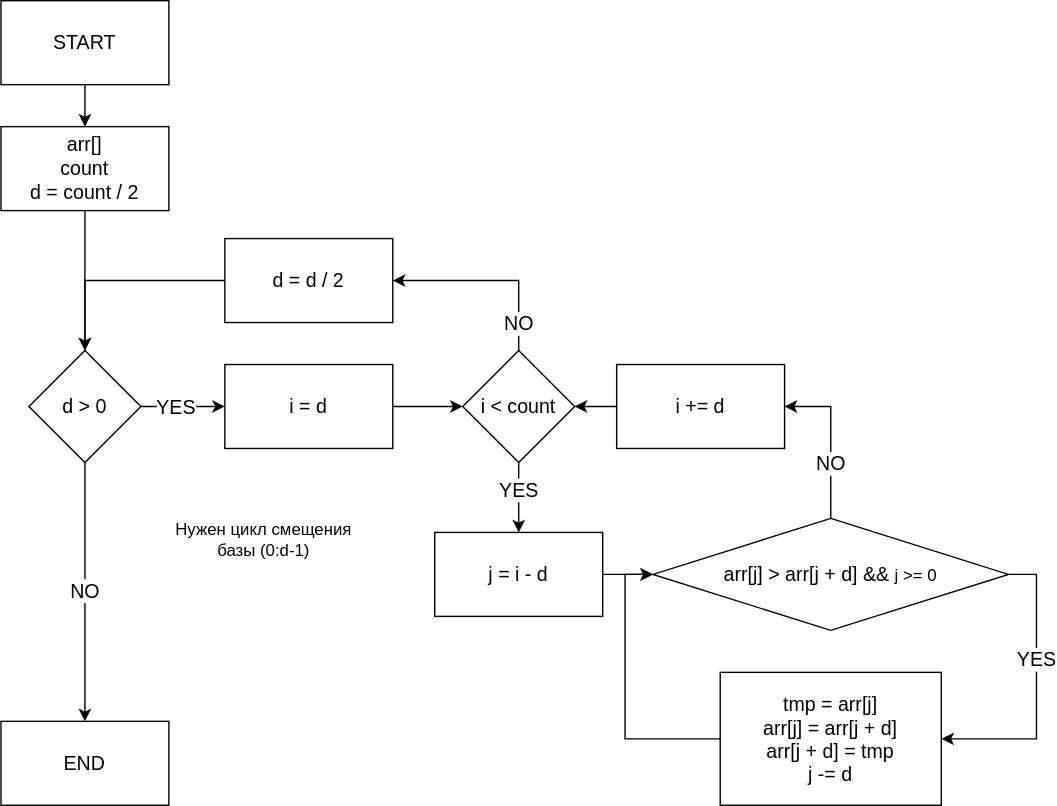
KATEHOK/par_prog-3 keeps this draw.io diagram as diagram/algorithm.svg. Above is the earlier version. Source tidied: cells renumbered, new cells last; positions are measured from the earlier drawing's top-left corner, leaving out a move shared by most shapes.
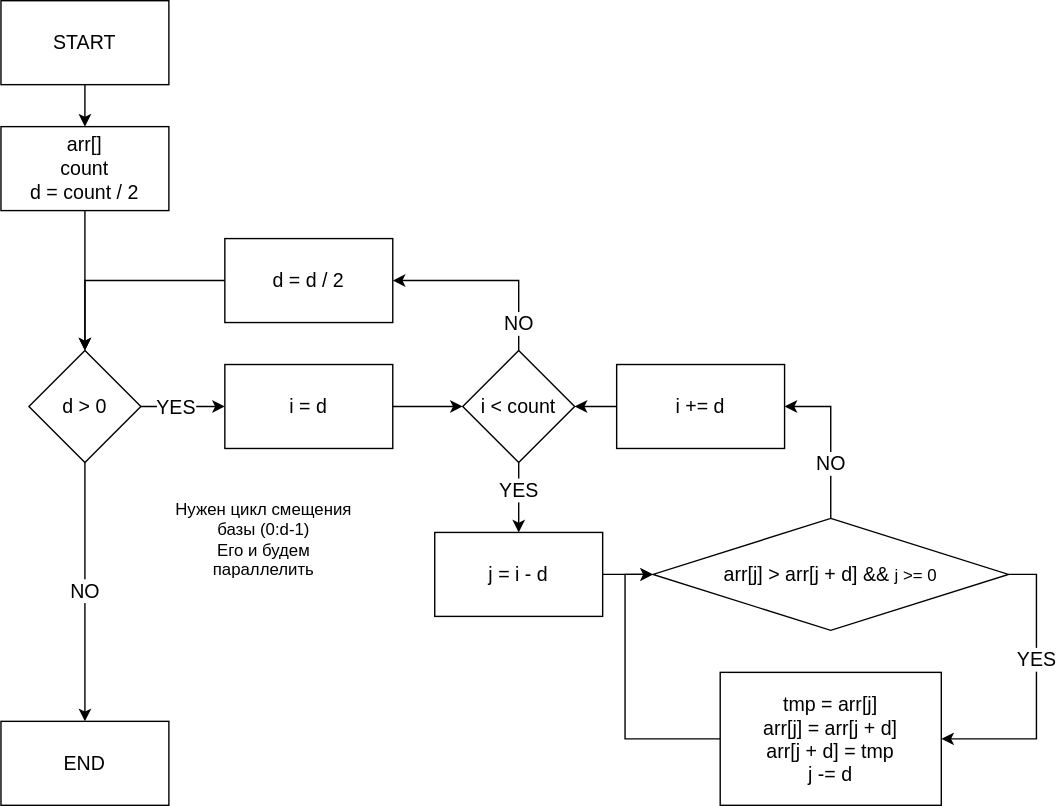
After the change.

What changed in the source:
```diff
@@ -111,7 +111,7 @@
     <mxCell id="31" value="&lt;font style=&quot;font-size: 14px;&quot;&gt;i += d&lt;/font&gt;" style="rounded=0;whiteSpace=wrap;html=1;" parent="1" vertex="1">
       <mxGeometry x="440" y="260" width="120" height="60" as="geometry" />
     </mxCell>
-    <mxCell id="32" value="Нужен цикл смещения базы (0:d-1)" style="text;html=1;strokeColor=none;fillColor=none;align=center;verticalAlign=middle;whiteSpace=wrap;rounded=0;" parent="1" vertex="1">
+    <mxCell id="32" value="Нужен цикл смещения базы (0:d-1)&lt;br&gt;Его и будем параллелить" style="text;html=1;strokeColor=none;fillColor=none;align=center;verticalAlign=middle;whiteSpace=wrap;rounded=0;" parent="1" vertex="1">
       <mxGeometry x="120" y="340" width="136" height="90" as="geometry" />
     </mxCell>
   </root>
```
